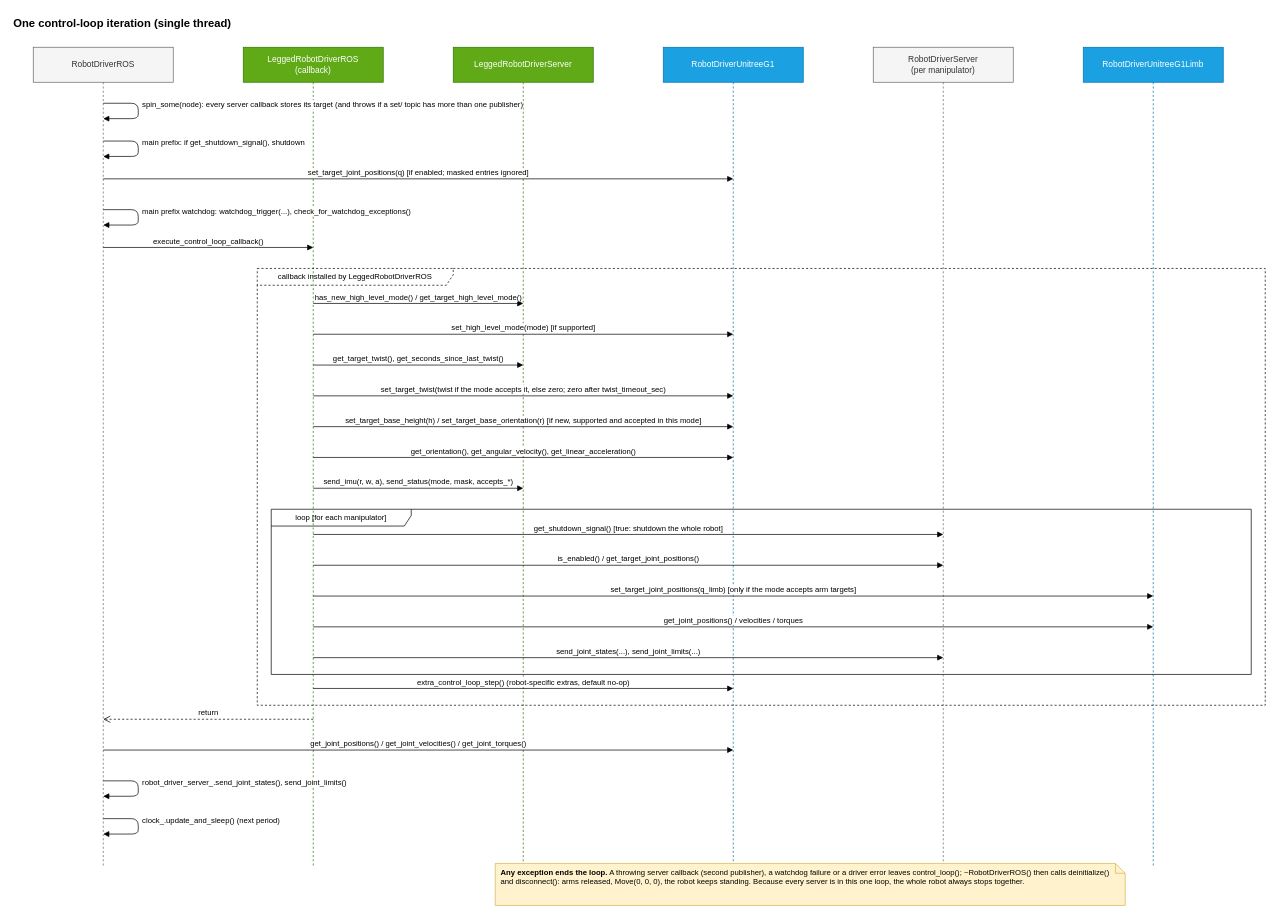
This is page "4. Control loop" (4 of 4) of design/UML/legged_robot_driver_architecture.drawio from Adorno-Lab/sas_tools, a draw.io file, before an edit. Source tidied: cells renumbered, new cells numbered last; positions are measured from the earlier drawing's top-left corner, leaving out a move shared by most shapes. Both pictures are drawn from the tidied source at 70%, with x=0, y=0 at pixel (12, 12).
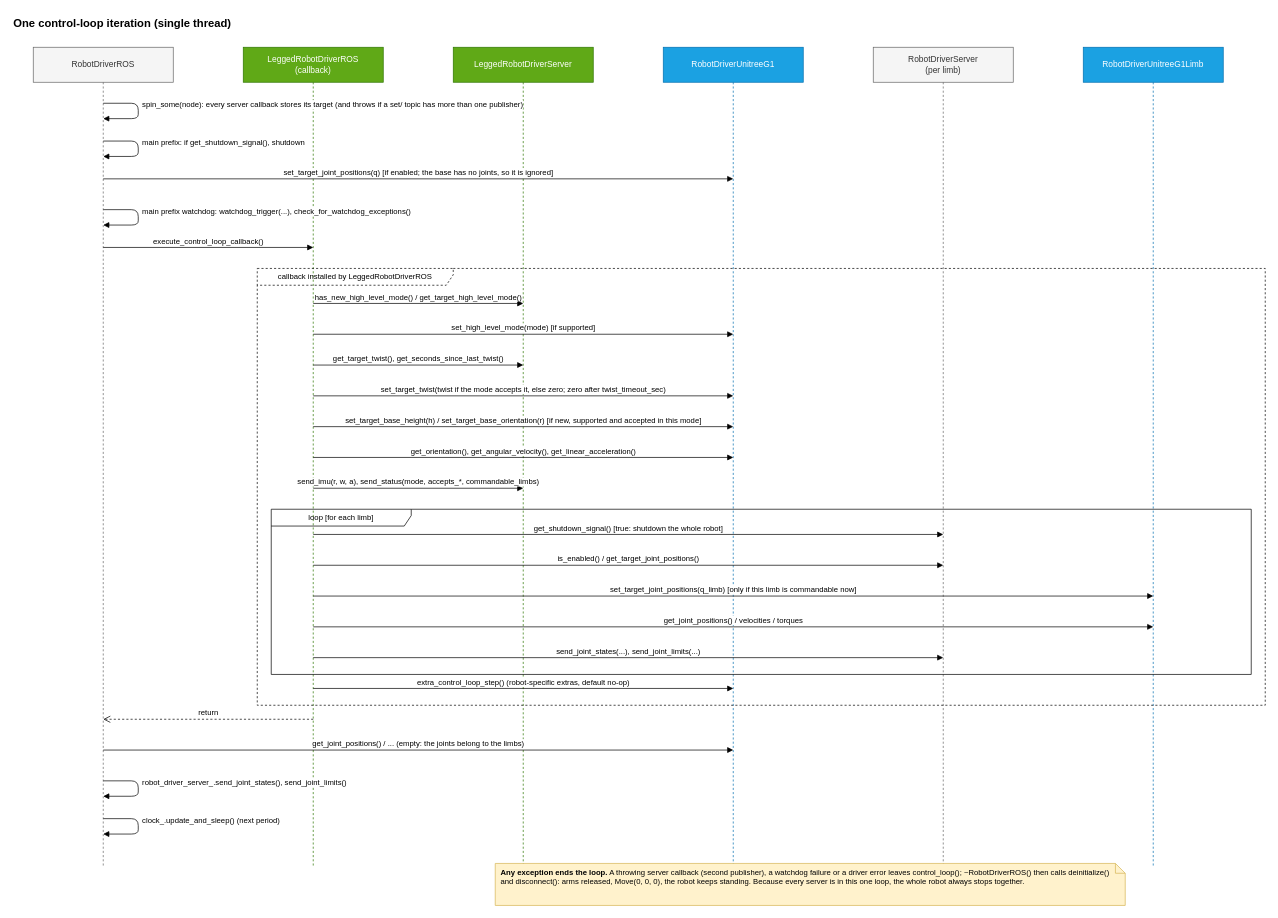
After the change.

Diff of the diagram source:
```diff
@@
-    <mxCell id="7" value="RobotDriverServer&lt;br&gt;(per manipulator)" style="shape=umlLifeline;perimeter=lifelinePerimeter;whiteSpace=wrap;html=1;newEdgeStyle={};size=50;fontSize=12;fillColor=#f5f5f5;fontColor=#333333;strokeColor=#666666;" parent="1" vertex="1">
+    <mxCell id="7" value="RobotDriverServer&lt;br&gt;(per limb)" style="shape=umlLifeline;perimeter=lifelinePerimeter;whiteSpace=wrap;html=1;newEdgeStyle={};size=50;fontSize=12;fillColor=#f5f5f5;fontColor=#333333;strokeColor=#666666;" parent="1" vertex="1">
       <mxGeometry x="1230" y="50" width="200" height="1170" as="geometry" />
     </mxCell>
@@
-    <mxCell id="11" value="set_target_joint_positions(q)   [if enabled; masked entries ignored]" style="html=1;verticalAlign=bottom;endArrow=block;endFill=1;fontSize=11;" parent="1" edge="1">
+    <mxCell id="11" value="set_target_joint_positions(q)   [if enabled; the base has no joints, so it is ignored]" style="html=1;verticalAlign=bottom;endArrow=block;endFill=1;fontSize=11;" parent="1" edge="1">
       <mxGeometry relative="1" as="geometry">
         <mxPoint x="130" y="238" as="sourcePoint" />
         <mxPoint x="1030" y="238" as="targetPoint" />
       </mxGeometry>
     </mxCell>
@@
-    <mxCell id="20" value="send_imu(r, w, a), send_status(mode, mask, accepts_*)" style="html=1;verticalAlign=bottom;endArrow=block;endFill=1;fontSize=11;" parent="1" edge="1">
+    <mxCell id="20" value="send_imu(r, w, a), send_status(mode, accepts_*, commandable_limbs)" style="html=1;verticalAlign=bottom;endArrow=block;endFill=1;fontSize=11;" parent="1" edge="1">
       <mxGeometry relative="1" as="geometry">
         <mxPoint x="430" y="680" as="sourcePoint" />
         <mxPoint x="730" y="680" as="targetPoint" />
       </mxGeometry>
     </mxCell>
@@
-    <mxCell id="23" value="set_target_joint_positions(q_limb)   [only if the mode accepts arm targets]" style="html=1;verticalAlign=bottom;endArrow=block;endFill=1;fontSize=11;" parent="1" edge="1">
+    <mxCell id="23" value="set_target_joint_positions(q_limb)   [only if this limb is commandable now]" style="html=1;verticalAlign=bottom;endArrow=block;endFill=1;fontSize=11;" parent="1" edge="1">
       <mxGeometry relative="1" as="geometry">
         <mxPoint x="430" y="834" as="sourcePoint" />
         <mxPoint x="1630" y="834" as="targetPoint" />
       </mxGeometry>
     </mxCell>
@@
-    <mxCell id="26" value="loop [for each manipulator]" style="shape=umlFrame;whiteSpace=wrap;html=1;width=200;height=24;fillColor=none;fontSize=11;" parent="1" vertex="1">
+    <mxCell id="26" value="loop [for each limb]" style="shape=umlFrame;whiteSpace=wrap;html=1;width=200;height=24;fillColor=none;fontSize=11;" parent="1" vertex="1">
       <mxGeometry x="370" y="710" width="1400" height="236" as="geometry" />
     </mxCell>
@@
-    <mxCell id="30" value="get_joint_positions() / get_joint_velocities() / get_joint_torques()" style="html=1;verticalAlign=bottom;endArrow=block;endFill=1;fontSize=11;" parent="1" edge="1">
+    <mxCell id="30" value="get_joint_positions() / ...   (empty: the joints belong to the limbs)" style="html=1;verticalAlign=bottom;endArrow=block;endFill=1;fontSize=11;" parent="1" edge="1">
       <mxGeometry relative="1" as="geometry">
         <mxPoint x="130" y="1054" as="sourcePoint" />
         <mxPoint x="1030" y="1054" as="targetPoint" />
       </mxGeometry>
     </mxCell>
```
